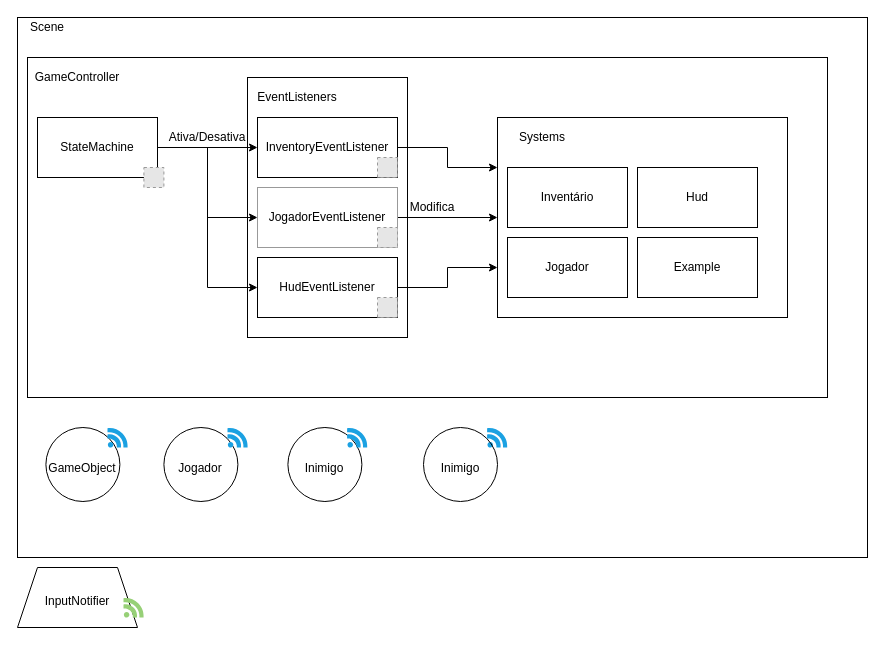
This is page "[HDL] PubSub v2" (5 of 5) of 1nnocent.drawio from Hollow-Ice-Studio/GitInitials, a draw.io file, before an edit. Source tidied: cells renumbered, new cells numbered last; positions are measured from the earlier drawing's top-left corner, leaving out a move shared by most shapes. Both pictures are drawn from the tidied source at 100%, with x=0, y=0 at pixel (17, 17). Pictures stored in the file or linked from it are replaced by grey dashed boxes.
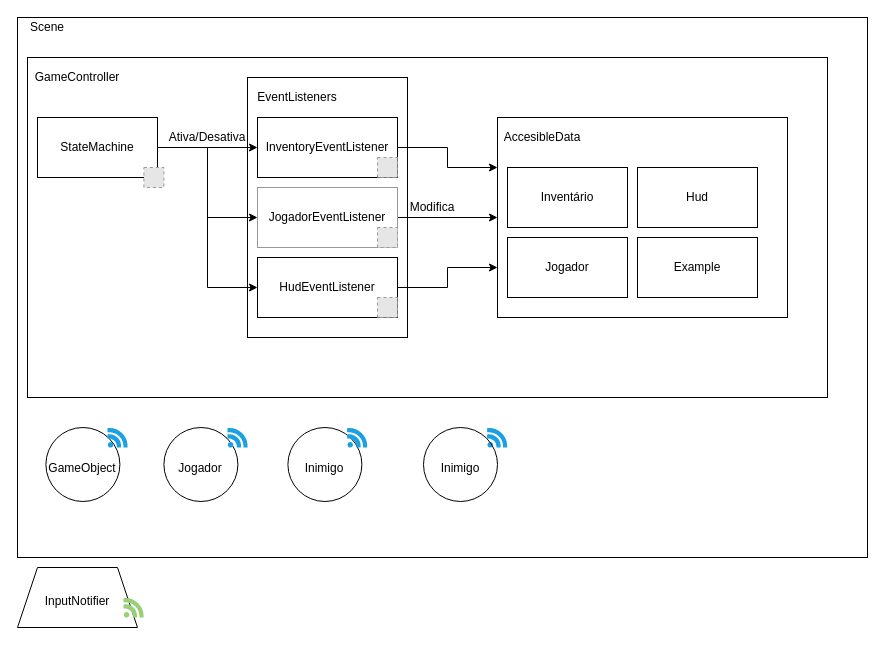
Above is the later version.

Diff of the diagram source:
```diff
@@
-    <mxCell id="21" value="Systems" style="text;html=1;strokeColor=none;fillColor=none;align=center;verticalAlign=middle;whiteSpace=wrap;rounded=0;labelBackgroundColor=none;fontSize=12;fontColor=#000000;" parent="1" vertex="1">
+    <mxCell id="21" value="AccesibleData" style="text;html=1;strokeColor=none;fillColor=none;align=center;verticalAlign=middle;whiteSpace=wrap;rounded=0;labelBackgroundColor=none;fontSize=12;fontColor=#000000;" parent="1" vertex="1">
       <mxGeometry x="490" y="110" width="70" height="20" as="geometry" />
     </mxCell>
```
